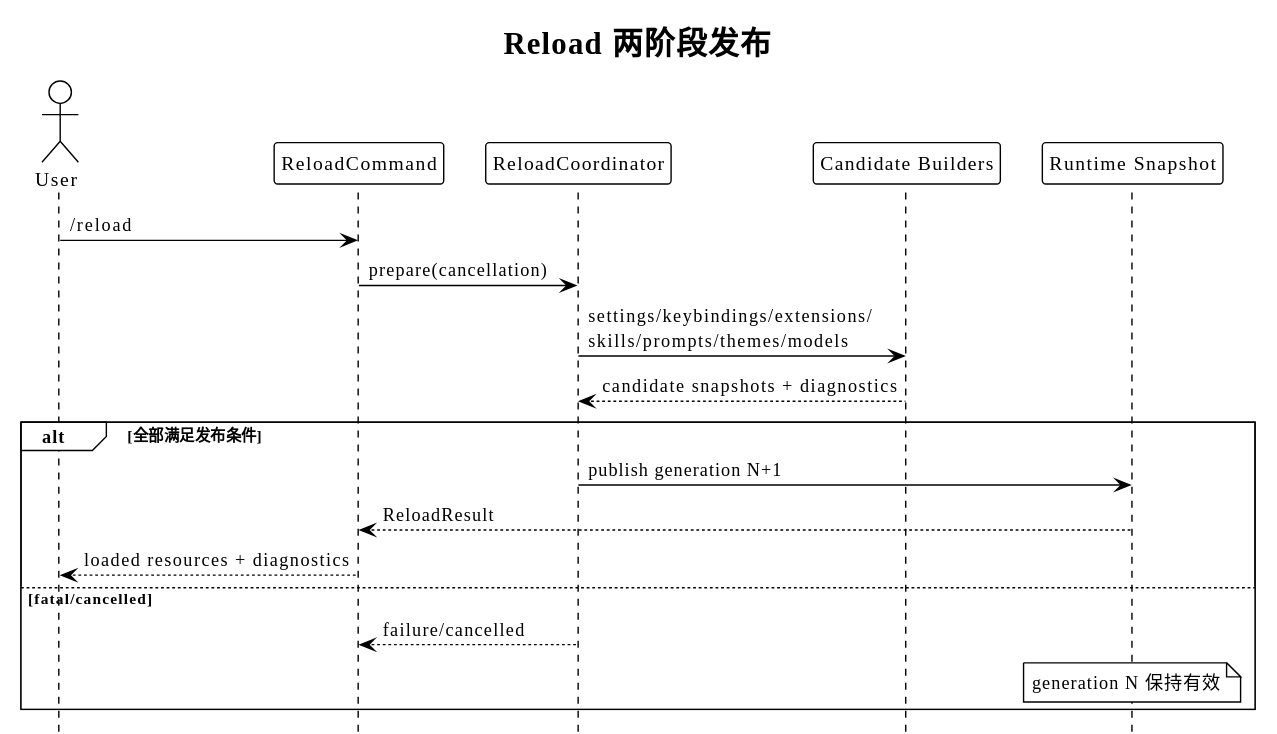
Above: diagrams/builtin-command/12-reload.svg in superheromeZzh/pi-mono-java-design (PlantUML), before the change.
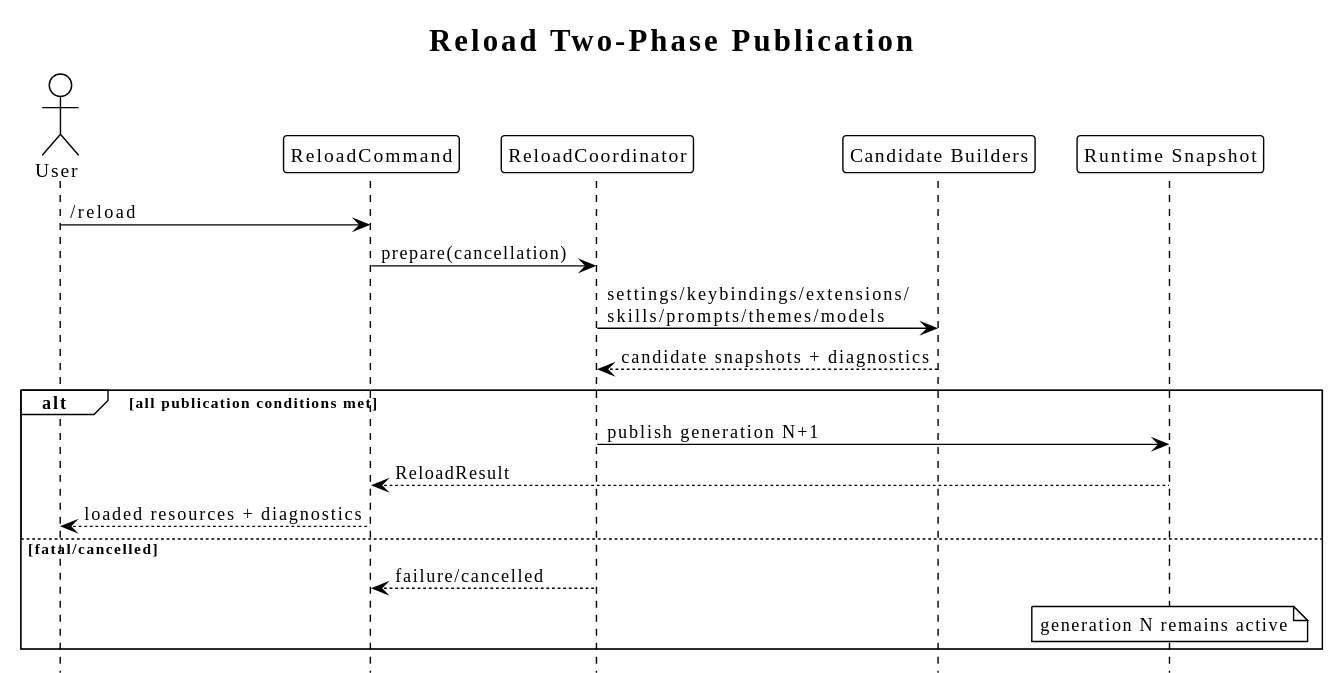
After the commit.

Diff of the diagram source:
```diff
@@ -1,11 +1,11 @@
 @startuml
 !theme plain
 !pragma layout smetana
-skinparam defaultFontName "PingFang SC"
+skinparam defaultFontName "SansSerif"
 skinparam shadowing false
 skinparam backgroundColor transparent
 hide footbox
-title Reload 两阶段发布
+title Reload Two-Phase Publication
 
 actor User as U
 participant ReloadCommand as C
@@ -17,14 +17,14 @@
 C -> R : prepare(cancellation)
 R -> B : settings/keybindings/extensions/\nskills/prompts/themes/models
 B --> R : candidate snapshots + diagnostics
-alt 全部满足发布条件
+alt all publication conditions met
   R -> S : publish generation N+1
   S --> C : ReloadResult
   C --> U : loaded resources + diagnostics
 else fatal/cancelled
   R --> C : failure/cancelled
   note over S
-    generation N 保持有效
+    generation N remains active
   end note
 end
 @enduml
```
